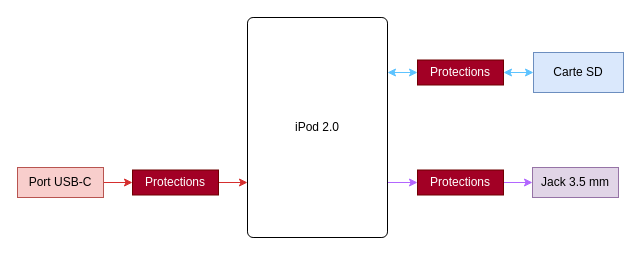
dossantosyann/iPod2.0_Latex_Report keeps this draw.io diagram as assets/figures/Analyse_Fonctionnelle-Niv1.drawio. Above is the earlier version. Source tidied: cells renumbered, new cells numbered last; positions are measured from the earlier drawing's top-left corner, leaving out a move shared by most shapes. Both pictures are drawn from the tidied source at 100%, with x=0, y=0 at pixel (17, 17).
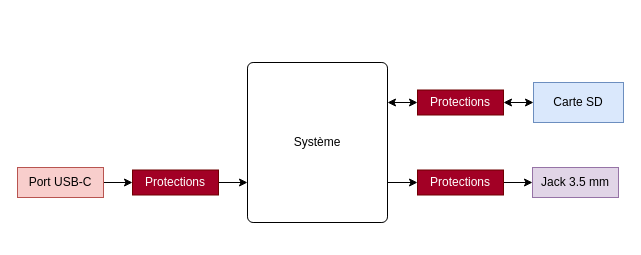
After the change.

Commit message:
Mettre à jour Analyse_Fonctionnelle-Niv1.drawio

What changed in the source:
```diff
@@
 <mxGraphModel>
   <root>
     <mxCell id="0" />
     <mxCell id="1" parent="0" />
+    <mxCell id="3" style="edgeStyle=orthogonalEdgeStyle;rounded=0;jettySize=auto;html=1;exitX=1;exitY=0.75;exitDx=0;exitDy=0;entryX=0;entryY=0.5;entryDx=0;entryDy=0;" parent="1" edge="1" source="4" target="13">
+      <mxGeometry relative="1" as="geometry" />
+    </mxCell>
-    <mxCell id="2" style="edgeStyle=orthogonalEdgeStyle;rounded=0;jettySize=auto;html=1;exitX=1;exitY=0.25;exitDx=0;exitDy=0;entryX=0;entryY=0.5;entryDx=0;entryDy=0;startArrow=classic;startFill=1;strokeColor=#5DC3FF;" parent="1" edge="1" source="4" target="11">
+    <mxCell id="2" style="edgeStyle=orthogonalEdgeStyle;rounded=0;jettySize=auto;html=1;exitX=1;exitY=0.25;exitDx=0;exitDy=0;entryX=0;entryY=0.5;entryDx=0;entryDy=0;startArrow=classic;startFill=1;" parent="1" edge="1" source="4" target="11">
       <mxGeometry relative="1" as="geometry" />
     </mxCell>
-    <mxCell id="3" style="edgeStyle=orthogonalEdgeStyle;rounded=0;jettySize=auto;html=1;exitX=1;exitY=0.75;exitDx=0;exitDy=0;entryX=0;entryY=0.5;entryDx=0;entryDy=0;strokeColor=#B266FF;" parent="1" edge="1" source="4" target="13">
-      <mxGeometry relative="1" as="geometry" />
-    </mxCell>
-    <mxCell id="4" value="iPod 2.0" style="rounded=1;whiteSpace=wrap;html=1;arcSize=4;" parent="1" vertex="1">
-      <mxGeometry x="230" width="140" height="220" as="geometry" />
+    <mxCell id="4" value="Système" style="rounded=1;whiteSpace=wrap;html=1;arcSize=4;" parent="1" vertex="1">
+      <mxGeometry x="230" y="45" width="140" height="160" as="geometry" />
     </mxCell>
-    <mxCell id="5" style="edgeStyle=orthogonalEdgeStyle;rounded=0;jettySize=auto;html=1;strokeColor=#D52E2E;" parent="1" edge="1" source="6" target="9">
+    <mxCell id="5" style="edgeStyle=orthogonalEdgeStyle;rounded=0;jettySize=auto;html=1;strokeColor=#000000;" parent="1" edge="1" source="6" target="9">
       <mxGeometry relative="1" as="geometry" />
     </mxCell>
     <mxCell id="6" value="Port USB-C" style="rounded=0;whiteSpace=wrap;html=1;fillColor=#f8cecc;strokeColor=#b85450;" parent="1" vertex="1">
       <mxGeometry y="150" width="86" height="30" as="geometry" />
     </mxCell>
     <mxCell id="7" value="Carte SD" style="rounded=0;whiteSpace=wrap;html=1;fillColor=#dae8fc;strokeColor=#6c8ebf;" parent="1" vertex="1">
-      <mxGeometry x="516" y="35" width="90" height="40" as="geometry" />
+      <mxGeometry x="516" y="65" width="90" height="40" as="geometry" />
     </mxCell>
-    <mxCell id="8" style="edgeStyle=orthogonalEdgeStyle;rounded=0;jettySize=auto;html=1;exitX=1;exitY=0.5;exitDx=0;exitDy=0;entryX=0;entryY=0.75;entryDx=0;entryDy=0;strokeColor=#D52E2E;" parent="1" edge="1" source="9" target="4">
+    <mxCell id="8" style="edgeStyle=orthogonalEdgeStyle;rounded=0;jettySize=auto;html=1;exitX=1;exitY=0.5;exitDx=0;exitDy=0;entryX=0;entryY=0.75;entryDx=0;entryDy=0;" parent="1" edge="1" source="9" target="4">
       <mxGeometry relative="1" as="geometry" />
     </mxCell>
     <mxCell id="9" value="Protections" style="rounded=0;whiteSpace=wrap;html=1;fillColor=#a20025;fontColor=#ffffff;strokeColor=#6F0000;" parent="1" vertex="1">
       <mxGeometry x="115" y="152.5" width="86" height="25" as="geometry" />
     </mxCell>
-    <mxCell id="10" style="edgeStyle=orthogonalEdgeStyle;rounded=0;jettySize=auto;html=1;exitX=1;exitY=0.5;exitDx=0;exitDy=0;entryX=0;entryY=0.5;entryDx=0;entryDy=0;startArrow=classic;startFill=1;strokeColor=#5DC3FF;" parent="1" edge="1" source="11" target="7">
+    <mxCell id="10" style="edgeStyle=orthogonalEdgeStyle;rounded=0;jettySize=auto;html=1;exitX=1;exitY=0.5;exitDx=0;exitDy=0;entryX=0;entryY=0.5;entryDx=0;entryDy=0;startArrow=classic;startFill=1;strokeColor=#000000;" parent="1" edge="1" source="11" target="7">
       <mxGeometry relative="1" as="geometry" />
     </mxCell>
     <mxCell id="11" value="Protections" style="rounded=0;whiteSpace=wrap;html=1;fillColor=#a20025;fontColor=#ffffff;strokeColor=#6F0000;" parent="1" vertex="1">
-      <mxGeometry x="400" y="42.5" width="86" height="25" as="geometry" />
+      <mxGeometry x="400" y="72.5" width="86" height="25" as="geometry" />
     </mxCell>
-    <mxCell id="12" style="edgeStyle=orthogonalEdgeStyle;rounded=0;jettySize=auto;html=1;strokeColor=#B266FF;" parent="1" edge="1" source="13" target="14">
+    <mxCell id="12" style="edgeStyle=orthogonalEdgeStyle;rounded=0;jettySize=auto;html=1;strokeColor=#000000;" parent="1" edge="1" source="13" target="14">
       <mxGeometry relative="1" as="geometry" />
     </mxCell>
     <mxCell id="13" value="Protections" style="rounded=0;whiteSpace=wrap;html=1;fillColor=#a20025;fontColor=#ffffff;strokeColor=#6F0000;rotation=0;" parent="1" vertex="1">
       <mxGeometry x="400" y="152.5" width="86" height="25" as="geometry" />
     </mxCell>
     <mxCell id="14" value="Jack 3.5 mm" style="rounded=0;whiteSpace=wrap;html=1;fillColor=#e1d5e7;strokeColor=#9673a6;" parent="1" vertex="1">
       <mxGeometry x="515" y="150" width="86" height="30" as="geometry" />
     </mxCell>
   </root>
 </mxGraphModel>
```
